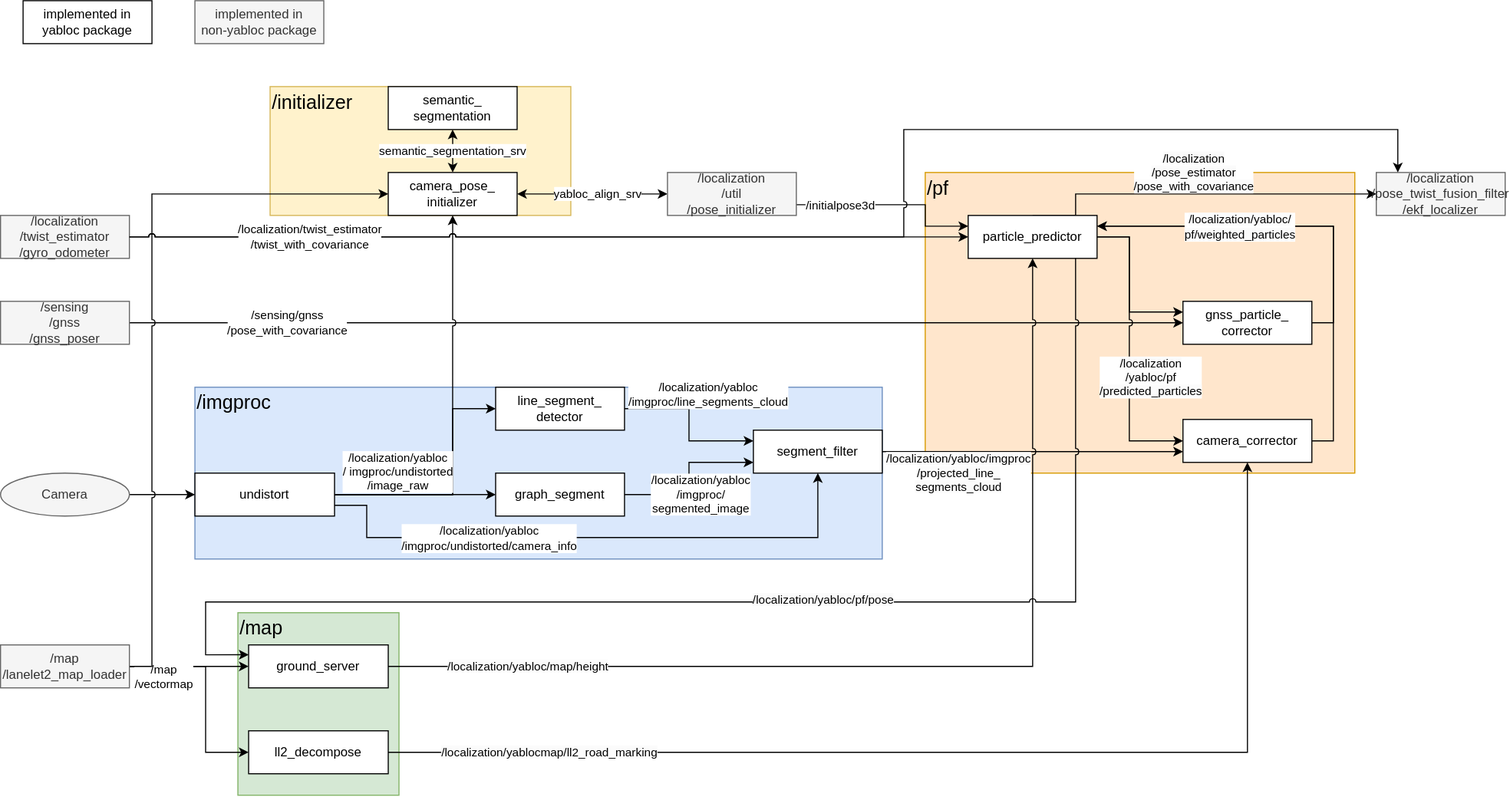
Above: localization/yabloc/docs/yabloc_architecture.drawio.svg in autowarefoundation/autoware.universe (draw.io), before the change. Source tidied: cells renumbered, new cells last; positions are measured from the earlier drawing's top-left corner, leaving out a move shared by most shapes.
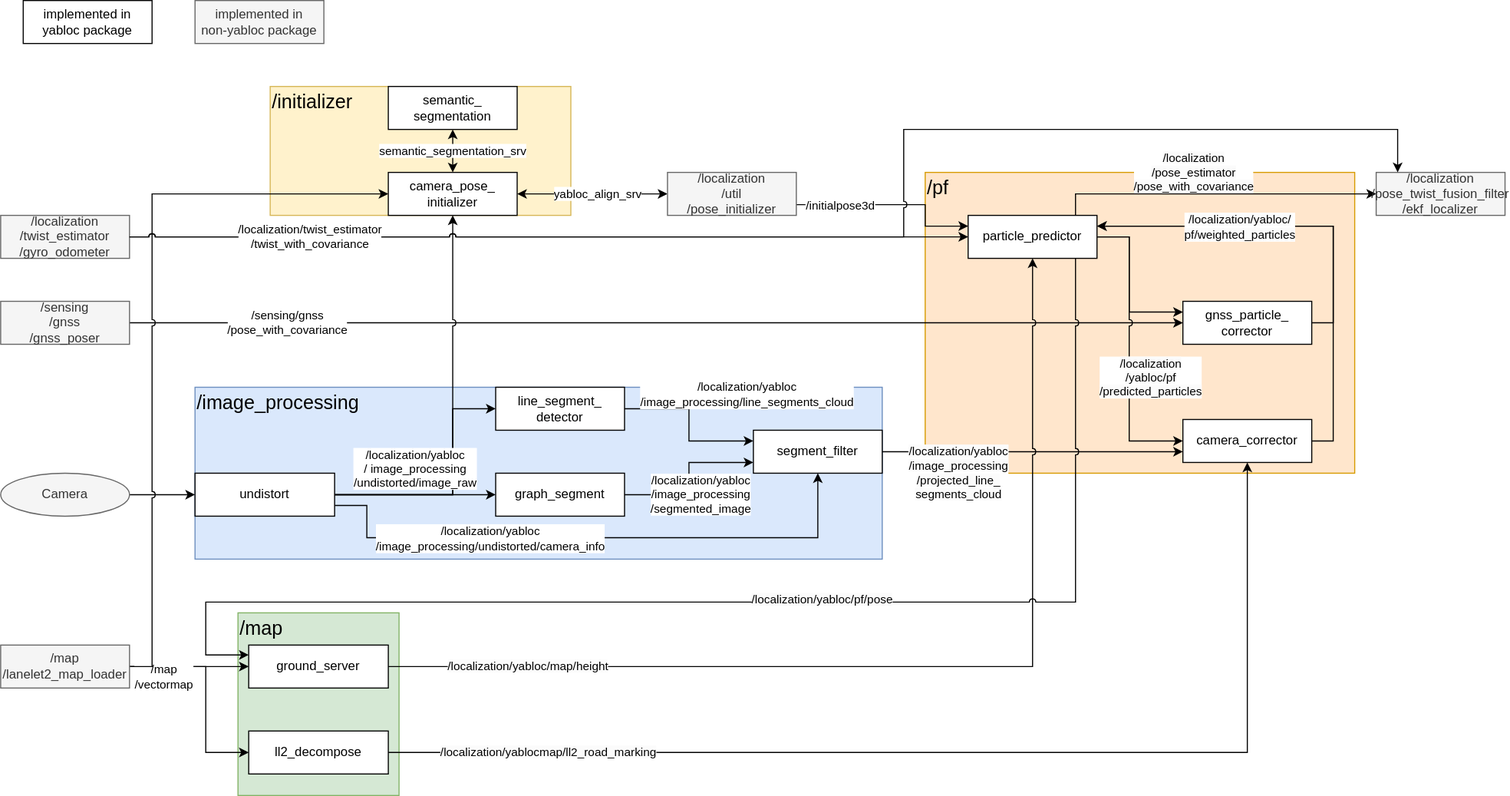
The same diagram one commit later.

Diff of the diagram source:
```diff
@@ -53,7 +53,7 @@
         </Array>
       </mxGeometry>
     </mxCell>
-    <mxCell id="14" value="&lt;span style=&quot;&quot;&gt;/localization/yabloc&lt;br&gt;/imgproc/undistorted/camera_info&lt;/span&gt;" style="edgeLabel;html=1;align=center;verticalAlign=middle;labelBackgroundColor=default;" parent="13" vertex="1">
+    <mxCell id="14" value="&lt;span style=&quot;&quot;&gt;/localization/yabloc&lt;br&gt;/image_processing/undistorted/camera_info&lt;/span&gt;" style="edgeLabel;html=1;align=center;verticalAlign=middle;labelBackgroundColor=default;" parent="13" vertex="1">
       <mxGeometry x="-0.35" y="-1" relative="1" as="geometry" />
     </mxCell>
     <mxCell id="15" style="edgeStyle=orthogonalEdgeStyle;rounded=0;jettySize=auto;html=1;entryX=0;entryY=0.5;entryDx=0;entryDy=0;" parent="1" edge="1" source="16" target="33">
@@ -119,7 +119,7 @@
     <mxCell id="28" style="edgeStyle=orthogonalEdgeStyle;rounded=0;jettySize=auto;html=1;entryX=0;entryY=0.75;entryDx=0;entryDy=0;" parent="1" edge="1" source="30" target="27">
       <mxGeometry relative="1" as="geometry" />
     </mxCell>
-    <mxCell id="29" value="&lt;span style=&quot;&quot;&gt;/localization/yabloc&lt;br&gt;/imgproc/&lt;br&gt;segmented_image&lt;/span&gt;" style="edgeLabel;html=1;align=center;verticalAlign=middle;labelBackgroundColor=default;" parent="28" vertex="1">
+    <mxCell id="29" value="&lt;span style=&quot;&quot;&gt;/localization/yabloc&lt;br&gt;/image_processing&lt;br&gt;/segmented_image&lt;/span&gt;" style="edgeLabel;html=1;align=center;verticalAlign=middle;labelBackgroundColor=default;" parent="28" vertex="1">
       <mxGeometry x="-0.45" relative="1" as="geometry">
         <mxPoint x="29" as="offset" />
       </mxGeometry>
@@ -130,16 +130,16 @@
     <mxCell id="31" style="edgeStyle=orthogonalEdgeStyle;rounded=0;jettySize=auto;html=1;entryX=0;entryY=0.25;entryDx=0;entryDy=0;" parent="1" edge="1" source="33" target="27">
       <mxGeometry relative="1" as="geometry" />
     </mxCell>
-    <mxCell id="32" value="&lt;span style=&quot;&quot;&gt;/localization/yabloc&lt;br&gt;/imgproc/line_segments_cloud&lt;/span&gt;" style="edgeLabel;html=1;align=center;verticalAlign=middle;labelBackgroundColor=default;" parent="31" vertex="1">
+    <mxCell id="32" value="&lt;span style=&quot;&quot;&gt;/localization/yabloc&lt;br&gt;/image_processing/line_segments_cloud&lt;/span&gt;" style="edgeLabel;html=1;align=center;verticalAlign=middle;labelBackgroundColor=default;" parent="31" vertex="1">
       <mxGeometry x="-0.5" y="-1" relative="1" as="geometry">
-        <mxPoint x="40" y="-14" as="offset" />
+        <mxPoint x="76" y="-14" as="offset" />
       </mxGeometry>
     </mxCell>
     <mxCell id="33" value="line_segment_&lt;br&gt;detector" style="rounded=0;whiteSpace=wrap;html=1;" parent="1" vertex="1">
       <mxGeometry x="461" y="360" width="120" height="40" as="geometry" />
     </mxCell>
-    <mxCell id="34" value="&lt;font style=&quot;font-size: 18px;&quot;&gt;/imgproc&lt;/font&gt;" style="text;html=1;strokeColor=none;fillColor=none;align=left;verticalAlign=middle;whiteSpace=wrap;rounded=0;fontSize=11;" parent="1" vertex="1">
-      <mxGeometry x="181" y="360" width="100" height="30" as="geometry" />
+    <mxCell id="34" value="&lt;font style=&quot;font-size: 18px;&quot;&gt;/image_processing&lt;/font&gt;" style="text;html=1;strokeColor=none;fillColor=none;align=left;verticalAlign=middle;whiteSpace=wrap;rounded=0;fontSize=11;" parent="1" vertex="1">
+      <mxGeometry x="181" y="360" width="160" height="30" as="geometry" />
     </mxCell>
     <mxCell id="35" value="&lt;font style=&quot;font-size: 18px;&quot;&gt;/map&lt;/font&gt;" style="text;html=1;strokeColor=none;fillColor=none;align=left;verticalAlign=middle;whiteSpace=wrap;rounded=0;fontSize=11;" parent="1" vertex="1">
       <mxGeometry x="221" y="570" width="60" height="30" as="geometry" />
@@ -224,15 +224,15 @@
         </Array>
       </mxGeometry>
     </mxCell>
-    <mxCell id="55" value="&lt;span style=&quot;&quot;&gt;/localization/yabloc&lt;br&gt;/&lt;/span&gt;&lt;span style=&quot;&quot;&gt;imgproc/undistorted&lt;br&gt;/image_raw&lt;/span&gt;" style="edgeLabel;html=1;align=center;verticalAlign=middle;labelBackgroundColor=default;" parent="54" vertex="1">
+    <mxCell id="55" value="&lt;span style=&quot;&quot;&gt;/localization/yabloc&lt;br&gt;/&lt;/span&gt;&lt;span style=&quot;&quot;&gt;image_processing&lt;br&gt;/undistorted/image_raw&lt;/span&gt;" style="edgeLabel;html=1;align=center;verticalAlign=middle;labelBackgroundColor=default;" parent="54" vertex="1">
       <mxGeometry x="-0.37" relative="1" as="geometry">
-        <mxPoint x="12" y="-21" as="offset" />
+        <mxPoint x="28" y="-24" as="offset" />
       </mxGeometry>
     </mxCell>
     <mxCell id="56" style="edgeStyle=orthogonalEdgeStyle;rounded=0;jettySize=auto;html=1;entryX=0;entryY=0.75;entryDx=0;entryDy=0;exitX=1;exitY=0.5;exitDx=0;exitDy=0;" parent="1" edge="1" source="27" target="26">
       <mxGeometry relative="1" as="geometry" />
     </mxCell>
-    <mxCell id="57" value="&lt;span style=&quot;background-color: rgb(251, 251, 251);&quot;&gt;/localization/yabloc/imgproc&lt;br&gt;/projected_line_&lt;br&gt;segments_cloud&lt;/span&gt;" style="edgeLabel;html=1;align=center;verticalAlign=middle;" parent="56" vertex="1">
+    <mxCell id="57" value="&lt;span style=&quot;background-color: rgb(251, 251, 251);&quot;&gt;/localization/yabloc&lt;br&gt;/image_processing&lt;br&gt;/projected_line_&lt;br&gt;segments_cloud&lt;/span&gt;" style="edgeLabel;html=1;align=center;verticalAlign=middle;" parent="56" vertex="1">
       <mxGeometry x="-0.63" relative="1" as="geometry">
         <mxPoint x="19" y="20" as="offset" />
       </mxGeometry>
```
